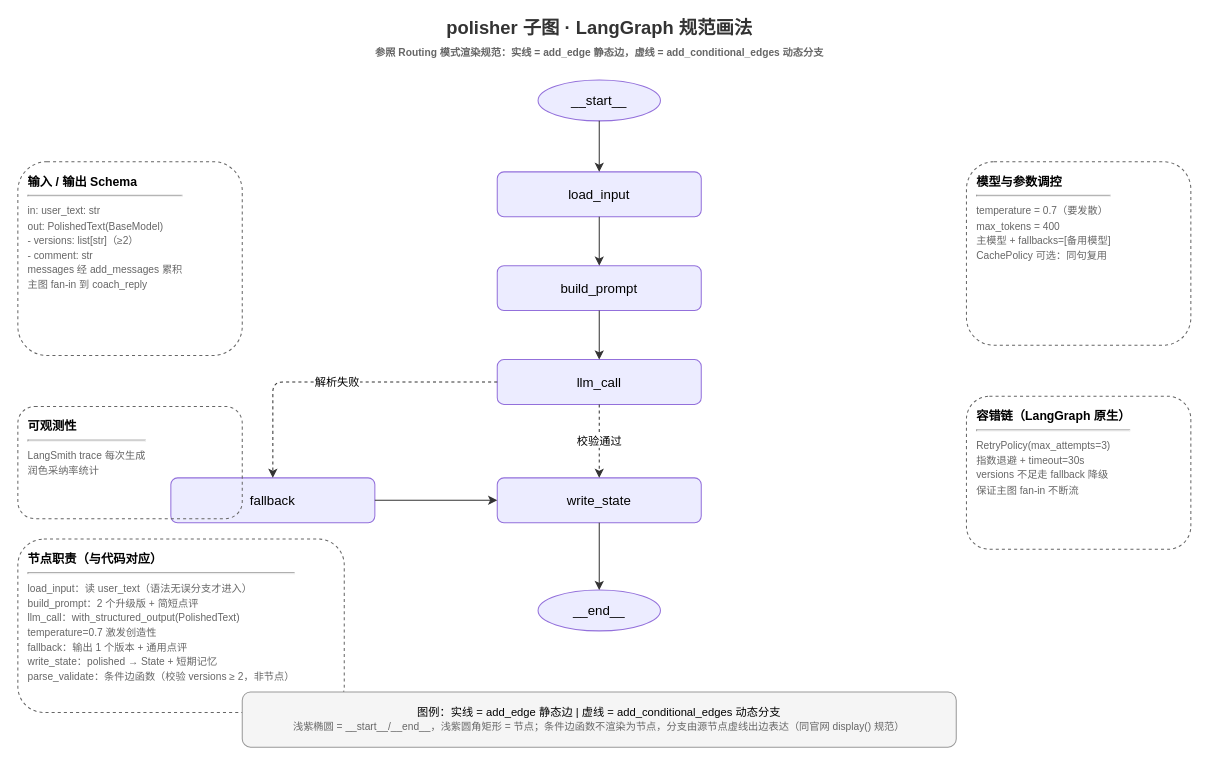
Ekko306/dialog-ai keeps this draw.io diagram as backend/src/talk_agent/document/polisher_graph.drawio. Above is the earlier version. Source tidied: cells renumbered, new cells numbered last; positions are measured from the earlier drawing's top-left corner, leaving out a move shared by most shapes. Both pictures are drawn from the tidied source at 102%, with x=0, y=0 at pixel (17, 18).
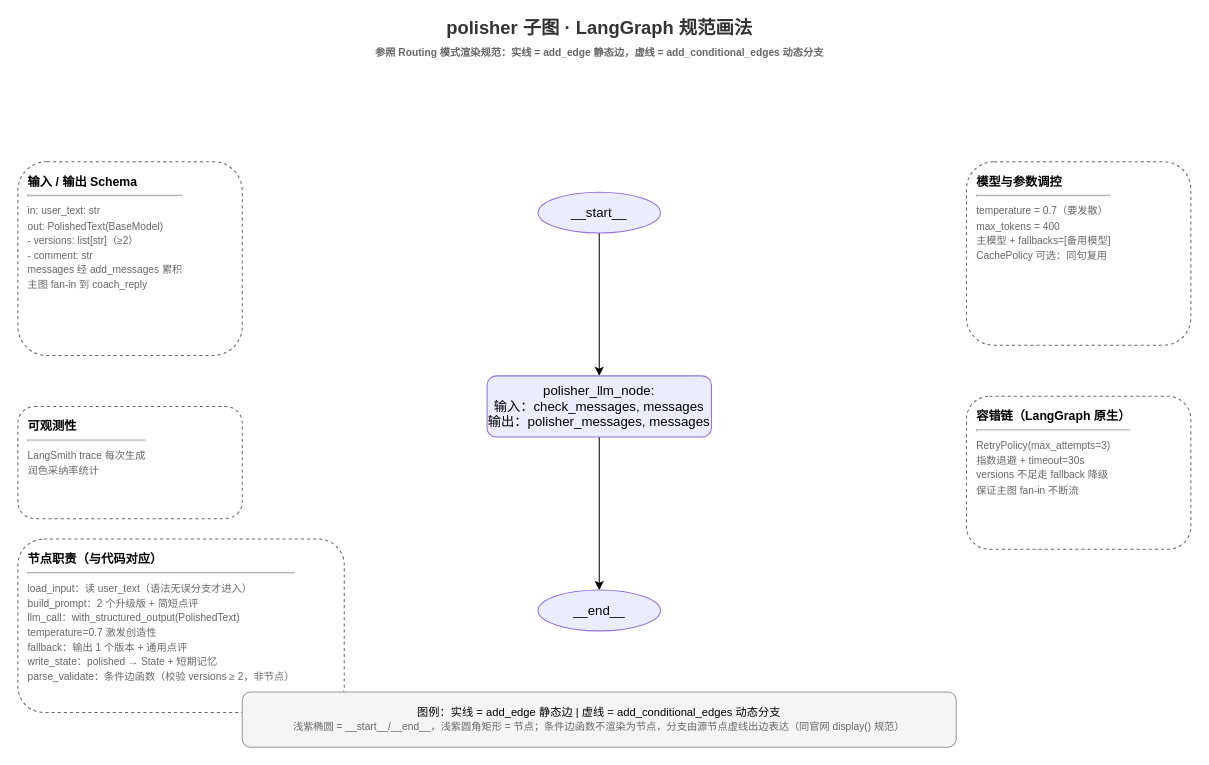
After the change.

The change refers to these unchanged cells:
```xml
<mxCell id="9" value="__end__" style="ellipse;whiteSpace=wrap;html=1;fillColor=#ECECFF;strokeColor=#9370DB;fontSize=13;" parent="1" vertex="1">
  <mxGeometry x="510" y="560" width="120" height="40" as="geometry" />
</mxCell>
```

The edit, as a diff of the source:
```diff
@@
+    <mxCell id="23" style="edgeStyle=none;html=1;entryX=0.5;entryY=0;entryDx=0;entryDy=0;" parent="1" edge="1" source="3" target="6">
+      <mxGeometry relative="1" as="geometry" />
+    </mxCell>
     <mxCell id="3" value="__start__" style="ellipse;whiteSpace=wrap;html=1;fillColor=#ECECFF;strokeColor=#9370DB;fontSize=13;" parent="1" vertex="1">
-      <mxGeometry x="510" y="60" width="120" height="40" as="geometry" />
+      <mxGeometry x="510" y="170" width="120" height="40" as="geometry" />
     </mxCell>
-    <mxCell id="4" value="load_input" style="rounded=1;whiteSpace=wrap;html=1;fillColor=#ECECFF;strokeColor=#9370DB;fontSize=13;" parent="1" vertex="1">
-      <mxGeometry x="470" y="150" width="200" height="44" as="geometry" />
-    </mxCell>
-    <mxCell id="5" value="build_prompt" style="rounded=1;whiteSpace=wrap;html=1;fillColor=#ECECFF;strokeColor=#9370DB;fontSize=13;" parent="1" vertex="1">
-      <mxGeometry x="470" y="242" width="200" height="44" as="geometry" />
-    </mxCell>
+    <mxCell id="24" style="edgeStyle=none;html=1;entryX=0.5;entryY=0;entryDx=0;entryDy=0;" parent="1" edge="1" source="6" target="9">
+      <mxGeometry relative="1" as="geometry" />
+    </mxCell>
-    <mxCell id="6" value="llm_call" style="rounded=1;whiteSpace=wrap;html=1;fillColor=#ECECFF;strokeColor=#9370DB;fontSize=13;" parent="1" vertex="1">
-      <mxGeometry x="470" y="334" width="200" height="44" as="geometry" />
+    <mxCell id="6" value="polisher_llm_node:&lt;br&gt;输入：check_messages, messages&lt;br&gt;输出：polisher_messages, messages" style="rounded=1;whiteSpace=wrap;html=1;fillColor=#ECECFF;strokeColor=#9370DB;fontSize=13;" parent="1" vertex="1">
+      <mxGeometry x="460" y="350" width="220" height="60" as="geometry" />
     </mxCell>
-    <mxCell id="7" value="fallback" style="rounded=1;whiteSpace=wrap;html=1;fillColor=#ECECFF;strokeColor=#9370DB;fontSize=13;" parent="1" vertex="1">
-      <mxGeometry x="150" y="450" width="200" height="44" as="geometry" />
-    </mxCell>
-    <mxCell id="8" value="write_state" style="rounded=1;whiteSpace=wrap;html=1;fillColor=#ECECFF;strokeColor=#9370DB;fontSize=13;" parent="1" vertex="1">
-      <mxGeometry x="470" y="450" width="200" height="44" as="geometry" />
-    </mxCell>
@@
-    <mxCell id="10" style="edgeStyle=orthogonalEdgeStyle;rounded=1;html=1;strokeColor=#333333;fontSize=11;" parent="1" edge="1" source="3" target="4">
-      <mxGeometry relative="1" as="geometry" />
-    </mxCell>
-    <mxCell id="11" style="edgeStyle=orthogonalEdgeStyle;rounded=1;html=1;strokeColor=#333333;fontSize=11;" parent="1" edge="1" source="4" target="5">
-      <mxGeometry relative="1" as="geometry" />
-    </mxCell>
-    <mxCell id="12" style="edgeStyle=orthogonalEdgeStyle;rounded=1;html=1;strokeColor=#333333;fontSize=11;" parent="1" edge="1" source="5" target="6">
-      <mxGeometry relative="1" as="geometry" />
-    </mxCell>
-    <mxCell id="13" value="校验通过" style="edgeStyle=orthogonalEdgeStyle;rounded=1;html=1;dashed=1;strokeColor=#333333;fontSize=11;exitX=0.5;exitY=1;exitDx=0;exitDy=0;entryX=0.5;entryY=0;entryDx=0;entryDy=0;" parent="1" edge="1" source="6" target="8">
-      <mxGeometry relative="1" as="geometry" />
-    </mxCell>
-    <mxCell id="14" value="解析失败" style="edgeStyle=orthogonalEdgeStyle;rounded=1;html=1;dashed=1;strokeColor=#333333;fontSize=11;exitX=0;exitY=0.5;exitDx=0;exitDy=0;entryX=0.5;entryY=0;entryDx=0;entryDy=0;" parent="1" edge="1" source="6" target="7">
-      <mxGeometry relative="1" as="geometry" />
-    </mxCell>
-    <mxCell id="15" style="edgeStyle=orthogonalEdgeStyle;rounded=1;html=1;strokeColor=#333333;fontSize=11;exitX=1;exitY=0.5;exitDx=0;exitDy=0;entryX=0;entryY=0.5;entryDx=0;entryDy=0;" parent="1" edge="1" source="7" target="8">
-      <mxGeometry relative="1" as="geometry" />
-    </mxCell>
-    <mxCell id="16" style="edgeStyle=orthogonalEdgeStyle;rounded=1;html=1;strokeColor=#333333;fontSize=11;" parent="1" edge="1" source="8" target="9">
-      <mxGeometry relative="1" as="geometry" />
-    </mxCell>
```
